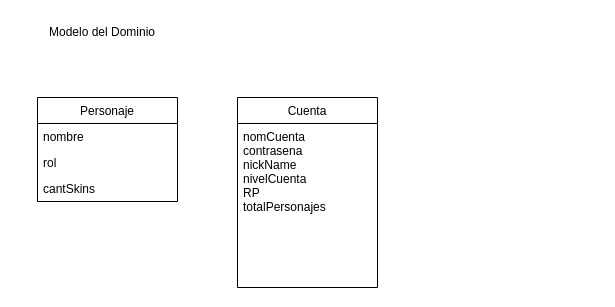
The draw.io diagram taller1modelodeldominio.drawio in CriScarFace/Taller_1, before the edit. Source tidied: cells renumbered, new cells numbered last; positions are measured from the earlier drawing's top-left corner, leaving out a move shared by most shapes. Both pictures are drawn from the tidied source at 100%, with x=0, y=0 at pixel (17, 17).
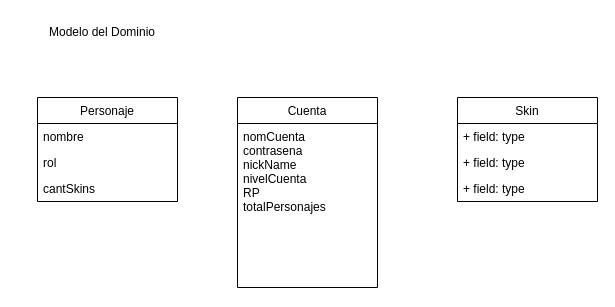
Above is the later version.

Commit message:
update modelo del dominio

Se agrego la clase skin que es preeliminar

Diff of the diagram source:
```diff
@@
 <mxGraphModel>
   <root>
     <mxCell id="0" />
     <mxCell id="1" parent="0" />
     <mxCell id="2" value="Personaje" style="swimlane;fontStyle=0;horizontal=1;startSize=26;fillColor=none;" parent="1" vertex="1">
       <mxGeometry x="20" y="80" width="140" height="104" as="geometry" />
     </mxCell>
     <mxCell id="3" value="nombre" style="text;strokeColor=none;fillColor=none;align=left;verticalAlign=top;spacingLeft=4;spacingRight=4;overflow=hidden;" parent="2" vertex="1">
       <mxGeometry y="26" width="140" height="26" as="geometry" />
     </mxCell>
     <mxCell id="4" value="rol" style="text;strokeColor=none;fillColor=none;align=left;verticalAlign=top;spacingLeft=4;spacingRight=4;overflow=hidden;" parent="2" vertex="1">
       <mxGeometry y="52" width="140" height="26" as="geometry" />
     </mxCell>
     <mxCell id="5" value="cantSkins" style="text;strokeColor=none;fillColor=none;align=left;verticalAlign=top;spacingLeft=4;spacingRight=4;overflow=hidden;" parent="2" vertex="1">
       <mxGeometry y="78" width="140" height="26" as="geometry" />
     </mxCell>
     <mxCell id="6" value="Modelo del Dominio&lt;br&gt;" style="text;html=1;strokeColor=none;fillColor=none;align=center;verticalAlign=middle;whiteSpace=wrap;rounded=0;" parent="1" vertex="1">
       <mxGeometry width="170" height="30" as="geometry" />
     </mxCell>
     <mxCell id="7" value="Cuenta" style="swimlane;fontStyle=0;horizontal=1;startSize=26;fillColor=none;" parent="1" vertex="1">
       <mxGeometry x="220" y="80" width="140" height="190" as="geometry" />
     </mxCell>
     <mxCell id="8" value="nomCuenta&#10;contrasena&#10;nickName&#10;nivelCuenta&#10;RP&#10;totalPersonajes&#10;" style="text;strokeColor=none;fillColor=none;align=left;verticalAlign=top;spacingLeft=4;spacingRight=4;overflow=hidden;" parent="7" vertex="1">
       <mxGeometry y="26" width="140" height="164" as="geometry" />
     </mxCell>
+    <mxCell id="9" value="Skin" style="swimlane;fontStyle=0;horizontal=1;startSize=26;fillColor=none;" parent="1" vertex="1">
+      <mxGeometry x="440" y="80" width="140" height="104" as="geometry" />
+    </mxCell>
+    <mxCell id="10" value="+ field: type" style="text;strokeColor=none;fillColor=none;align=left;verticalAlign=top;spacingLeft=4;spacingRight=4;overflow=hidden;" parent="9" vertex="1">
+      <mxGeometry y="26" width="140" height="26" as="geometry" />
+    </mxCell>
+    <mxCell id="11" value="+ field: type" style="text;strokeColor=none;fillColor=none;align=left;verticalAlign=top;spacingLeft=4;spacingRight=4;overflow=hidden;" parent="9" vertex="1">
+      <mxGeometry y="52" width="140" height="26" as="geometry" />
+    </mxCell>
+    <mxCell id="12" value="+ field: type" style="text;strokeColor=none;fillColor=none;align=left;verticalAlign=top;spacingLeft=4;spacingRight=4;overflow=hidden;" parent="9" vertex="1">
+      <mxGeometry y="78" width="140" height="26" as="geometry" />
+    </mxCell>
   </root>
 </mxGraphModel>
```
